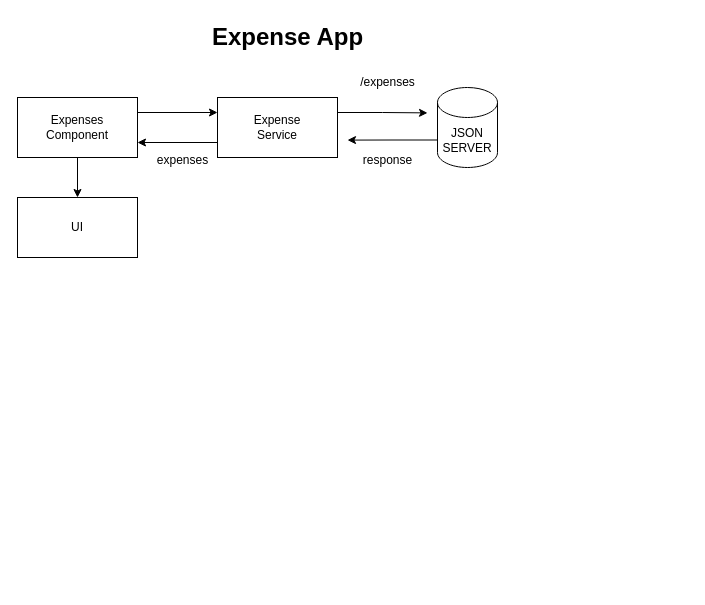
This is page "Page-12" (12 of 12) of ref/ng-diagrams.drawio from synergy2411/jul25-angular, a draw.io file, before an edit. Source tidied: cells renumbered, new cells numbered last; positions are measured from the earlier drawing's top-left corner, leaving out a move shared by most shapes. Both pictures are drawn from the tidied source at 100%, with x=0, y=0 at pixel (17, 17).
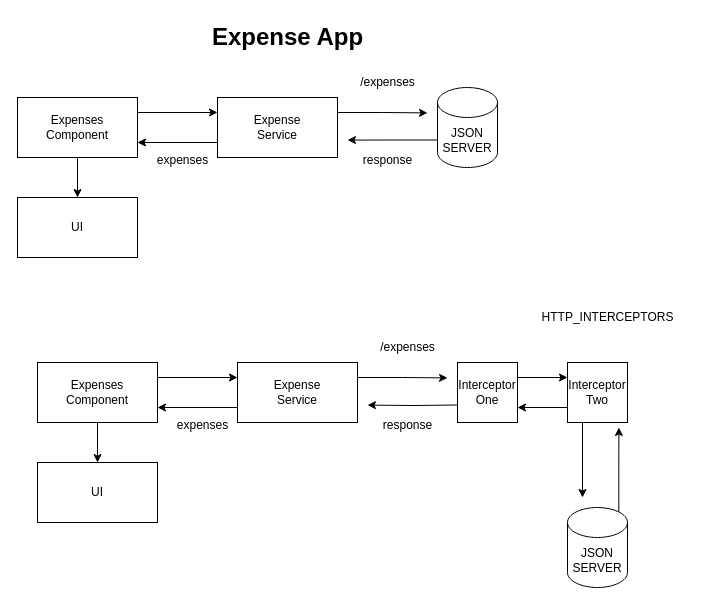
After the change.

What changed in the source:
```diff
@@
+    <mxCell id="15" style="edgeStyle=orthogonalEdgeStyle;rounded=0;jettySize=auto;html=1;" parent="1" edge="1" source="17" target="18">
+      <mxGeometry relative="1" as="geometry" />
+    </mxCell>
+    <mxCell id="16" style="edgeStyle=orthogonalEdgeStyle;rounded=0;jettySize=auto;html=1;exitX=1;exitY=0.25;exitDx=0;exitDy=0;entryX=0;entryY=0.25;entryDx=0;entryDy=0;" parent="1" edge="1" source="17" target="21">
+      <mxGeometry relative="1" as="geometry" />
+    </mxCell>
+    <mxCell id="17" value="Expenses&lt;div&gt;Component&lt;/div&gt;" style="rounded=0;whiteSpace=wrap;html=1;" parent="1" vertex="1">
+      <mxGeometry x="20" y="345" width="120" height="60" as="geometry" />
+    </mxCell>
+    <mxCell id="18" value="&lt;div&gt;UI&lt;/div&gt;" style="rounded=0;whiteSpace=wrap;html=1;" parent="1" vertex="1">
+      <mxGeometry x="20" y="445" width="120" height="60" as="geometry" />
+    </mxCell>
+    <mxCell id="19" style="edgeStyle=orthogonalEdgeStyle;rounded=0;jettySize=auto;html=1;exitX=1;exitY=0.25;exitDx=0;exitDy=0;" parent="1" edge="1" source="21">
+      <mxGeometry relative="1" as="geometry">
+        <mxPoint x="430" y="360.4" as="targetPoint" />
+      </mxGeometry>
+    </mxCell>
+    <mxCell id="20" style="edgeStyle=orthogonalEdgeStyle;rounded=0;jettySize=auto;html=1;exitX=0;exitY=0.75;exitDx=0;exitDy=0;entryX=1;entryY=0.75;entryDx=0;entryDy=0;" parent="1" edge="1" source="21" target="17">
+      <mxGeometry relative="1" as="geometry" />
+    </mxCell>
+    <mxCell id="21" value="Expense&lt;div&gt;Service&lt;/div&gt;" style="rounded=0;whiteSpace=wrap;html=1;" parent="1" vertex="1">
+      <mxGeometry x="220" y="345" width="120" height="60" as="geometry" />
+    </mxCell>
+    <mxCell id="22" style="edgeStyle=orthogonalEdgeStyle;rounded=0;orthogonalLoop=1;jettySize=auto;html=1;exitX=0;exitY=0;exitDx=0;exitDy=52.5;exitPerimeter=0;" parent="1" edge="1">
+      <mxGeometry relative="1" as="geometry">
+        <mxPoint x="440" y="387.5" as="sourcePoint" />
+        <mxPoint x="350" y="387.6" as="targetPoint" />
+      </mxGeometry>
+    </mxCell>
+    <mxCell id="23" value="/expenses" style="text;html=1;align=center;verticalAlign=middle;strokeColor=none;fillColor=none;" parent="1" vertex="1">
+      <mxGeometry x="350" y="315" width="80" height="30" as="geometry" />
+    </mxCell>
+    <mxCell id="24" value="response" style="text;html=1;align=center;verticalAlign=middle;strokeColor=none;fillColor=none;" parent="1" vertex="1">
+      <mxGeometry x="355" y="393" width="70" height="30" as="geometry" />
+    </mxCell>
+    <mxCell id="25" value="expenses" style="text;html=1;align=center;verticalAlign=middle;strokeColor=none;fillColor=none;" parent="1" vertex="1">
+      <mxGeometry x="150" y="393" width="70" height="30" as="geometry" />
+    </mxCell>
+    <mxCell id="26" style="edgeStyle=orthogonalEdgeStyle;rounded=0;jettySize=auto;html=1;exitX=1;exitY=0.25;exitDx=0;exitDy=0;entryX=0;entryY=0.25;entryDx=0;entryDy=0;" parent="1" edge="1" source="27" target="30">
+      <mxGeometry relative="1" as="geometry" />
+    </mxCell>
+    <mxCell id="27" value="Interceptor&lt;div&gt;One&lt;/div&gt;" style="rounded=0;whiteSpace=wrap;html=1;" parent="1" vertex="1">
+      <mxGeometry x="440" y="345" width="60" height="60" as="geometry" />
+    </mxCell>
+    <mxCell id="28" style="edgeStyle=orthogonalEdgeStyle;rounded=0;jettySize=auto;html=1;exitX=0;exitY=0.75;exitDx=0;exitDy=0;entryX=1;entryY=0.75;entryDx=0;entryDy=0;" parent="1" edge="1" source="30" target="27">
+      <mxGeometry relative="1" as="geometry" />
+    </mxCell>
+    <mxCell id="29" style="edgeStyle=orthogonalEdgeStyle;rounded=0;jettySize=auto;html=1;exitX=0.25;exitY=1;exitDx=0;exitDy=0;" parent="1" edge="1" source="30">
+      <mxGeometry relative="1" as="geometry">
+        <mxPoint x="565" y="480" as="targetPoint" />
+      </mxGeometry>
+    </mxCell>
+    <mxCell id="30" value="Interceptor&lt;div&gt;Two&lt;/div&gt;" style="rounded=0;whiteSpace=wrap;html=1;" parent="1" vertex="1">
+      <mxGeometry x="550" y="345" width="60" height="60" as="geometry" />
+    </mxCell>
+    <mxCell id="31" style="edgeStyle=orthogonalEdgeStyle;rounded=0;jettySize=auto;html=1;exitX=0.855;exitY=0;exitDx=0;exitDy=4.35;exitPerimeter=0;" parent="1" edge="1" source="32">
+      <mxGeometry relative="1" as="geometry">
+        <mxPoint x="601.4" y="410" as="targetPoint" />
+      </mxGeometry>
+    </mxCell>
+    <mxCell id="32" value="JSON SERVER" style="shape=cylinder3;whiteSpace=wrap;html=1;boundedLbl=1;backgroundOutline=1;size=15;" parent="1" vertex="1">
+      <mxGeometry x="550" y="490" width="60" height="80" as="geometry" />
+    </mxCell>
+    <mxCell id="33" value="HTTP_INTERCEPTORS" style="text;html=1;align=center;verticalAlign=middle;strokeColor=none;fillColor=none;" parent="1" vertex="1">
+      <mxGeometry x="510" y="285" width="160" height="30" as="geometry" />
+    </mxCell>
```
